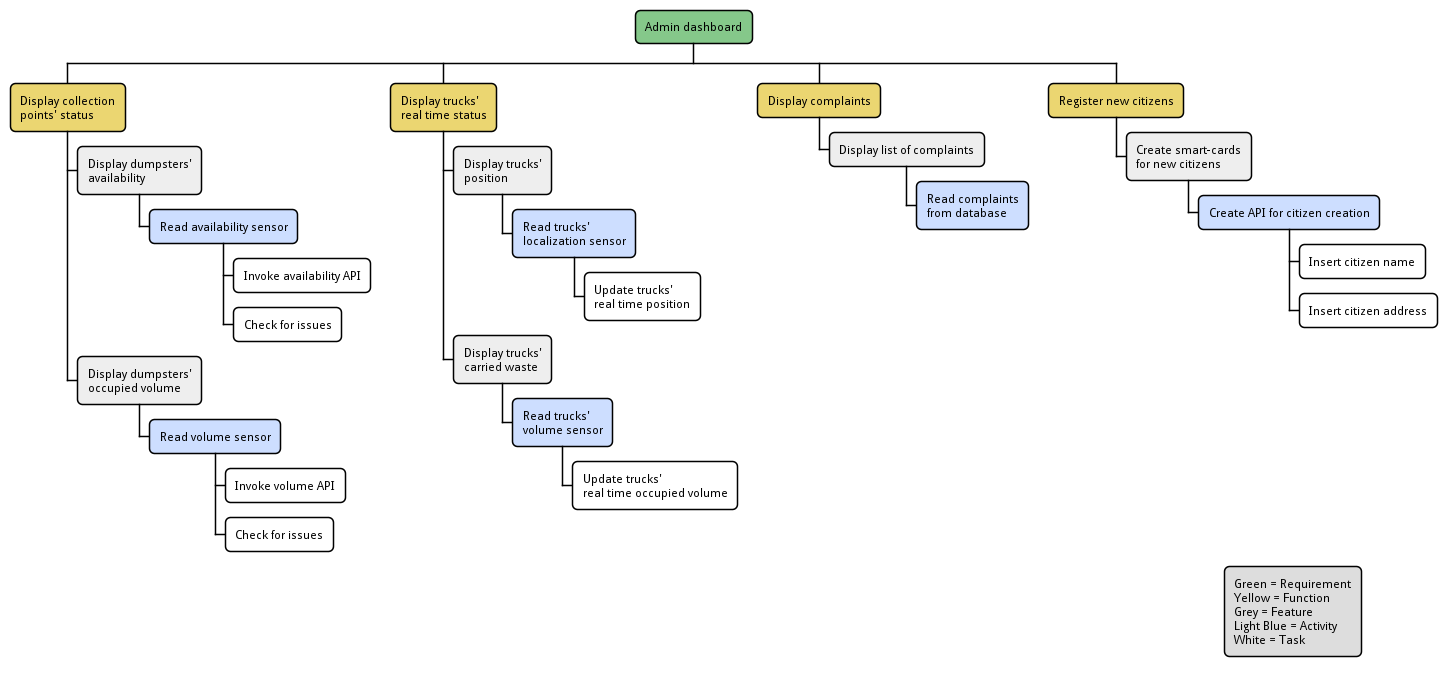
This is uml/wbs-admin-dashboard.pm.png from SmartWasteCollection/project-management, a PlantUML export, as it was before one commit.
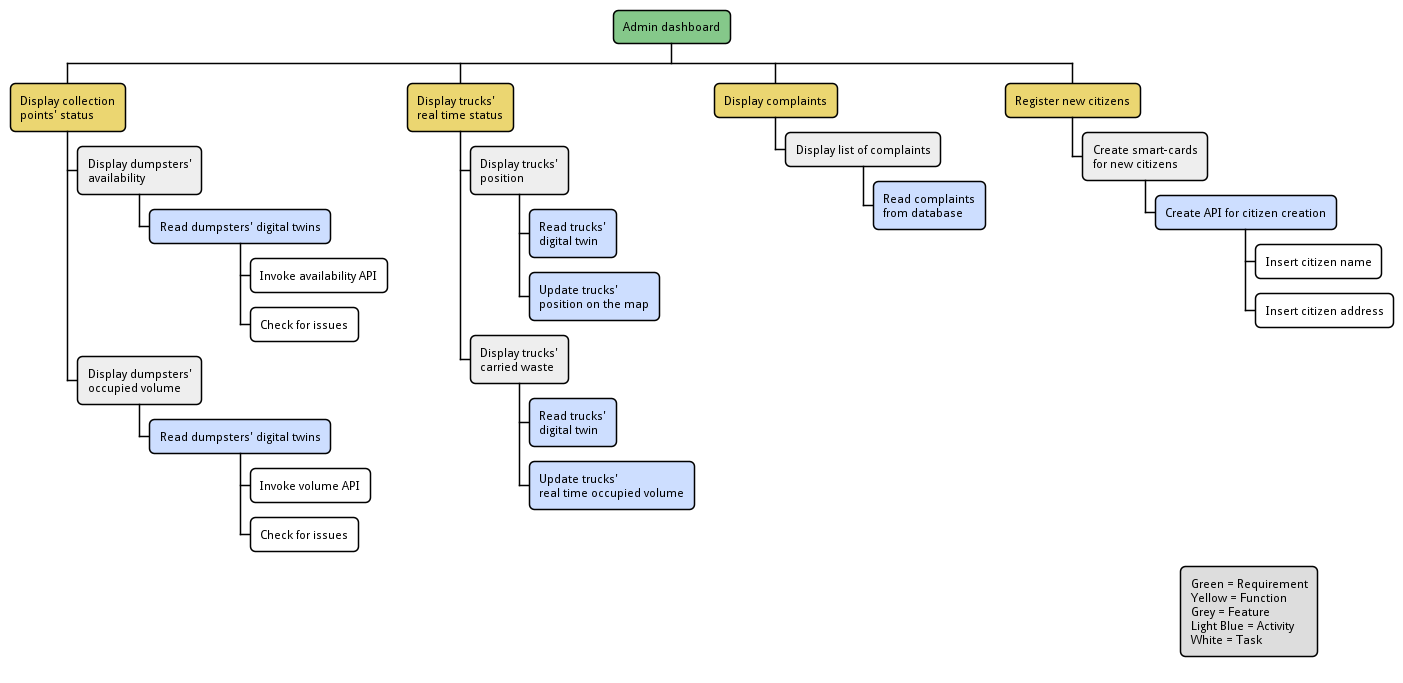
After the commit.

Diff of the diagram source:
```diff
@@ -4,21 +4,21 @@
 requirement(Admin dashboard)
 function(Display collection\npoints' status)
 feature(Display dumpsters'\navailability)
-activity(Read availability sensor)
+activity(Read dumpsters' digital twins)
 task(Invoke availability API)
 task(Check for issues)
 feature(Display dumpsters'\noccupied volume)
-activity(Read volume sensor)
+activity(Read dumpsters' digital twins)
 task(Invoke volume API)
 task(Check for issues)
 
 function(Display trucks'\nreal time status)
 feature(Display trucks'\nposition)
-activity(Read trucks'\nlocalization sensor)
-task(Update trucks'\nreal time position)
+activity(Read trucks'\ndigital twin)
+activity(Update trucks'\nposition on the map)
 feature(Display trucks'\ncarried waste)
-activity(Read trucks'\nvolume sensor)
-task(Update trucks'\nreal time occupied volume)
+activity(Read trucks'\ndigital twin)
+activity(Update trucks'\nreal time occupied volume)
 
 function(Display complaints)
 feature(Display list of complaints)
```
